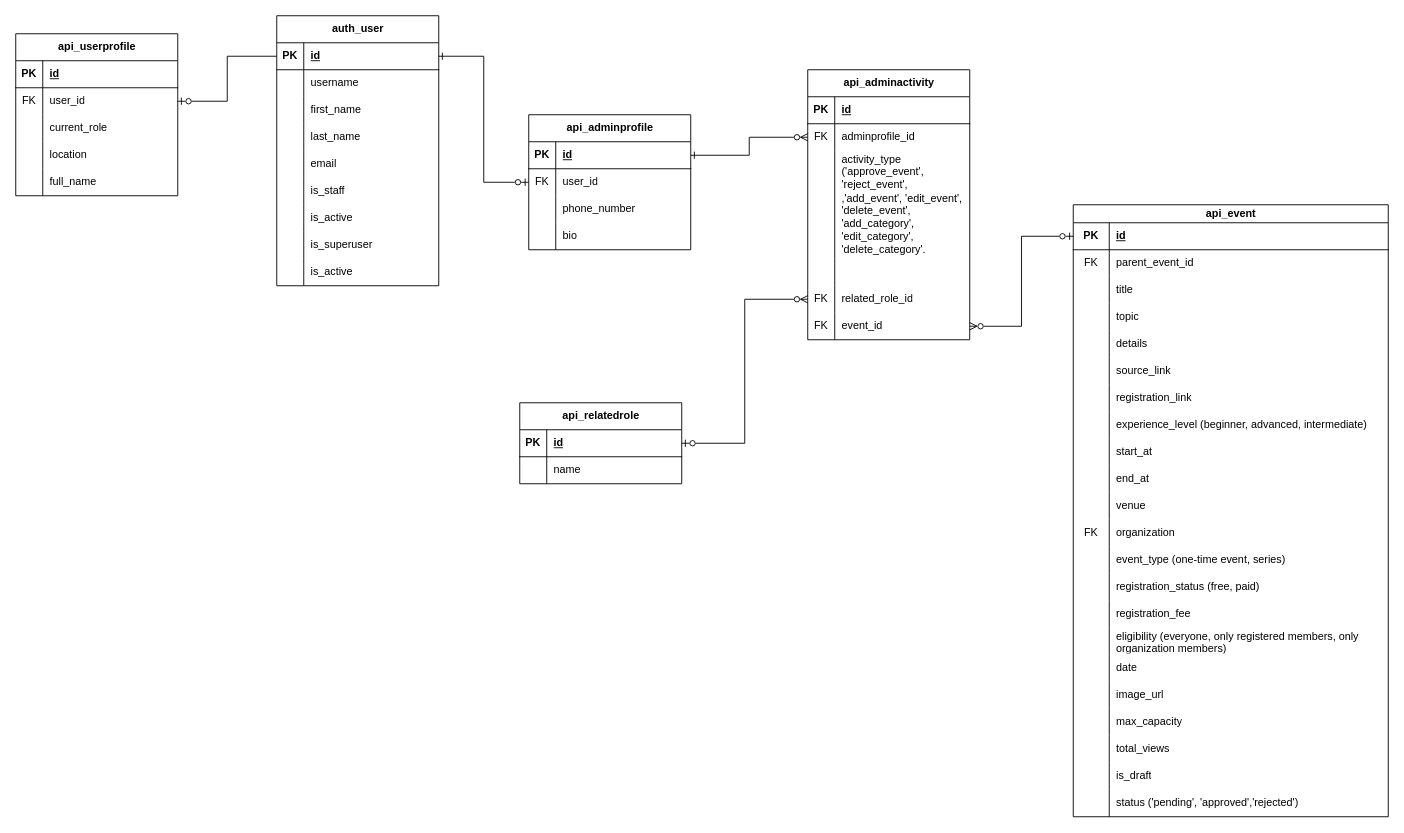
Before: page "Admin" (7 of 7) of 2Gether.drawio in RHILIUS/drawio, a draw.io diagram. Source tidied: cells renumbered, new cells numbered last; positions are measured from the earlier drawing's top-left corner, leaving out a move shared by most shapes. Both pictures are drawn from the tidied source at 90%, with x=0, y=0 at pixel (15, 15).
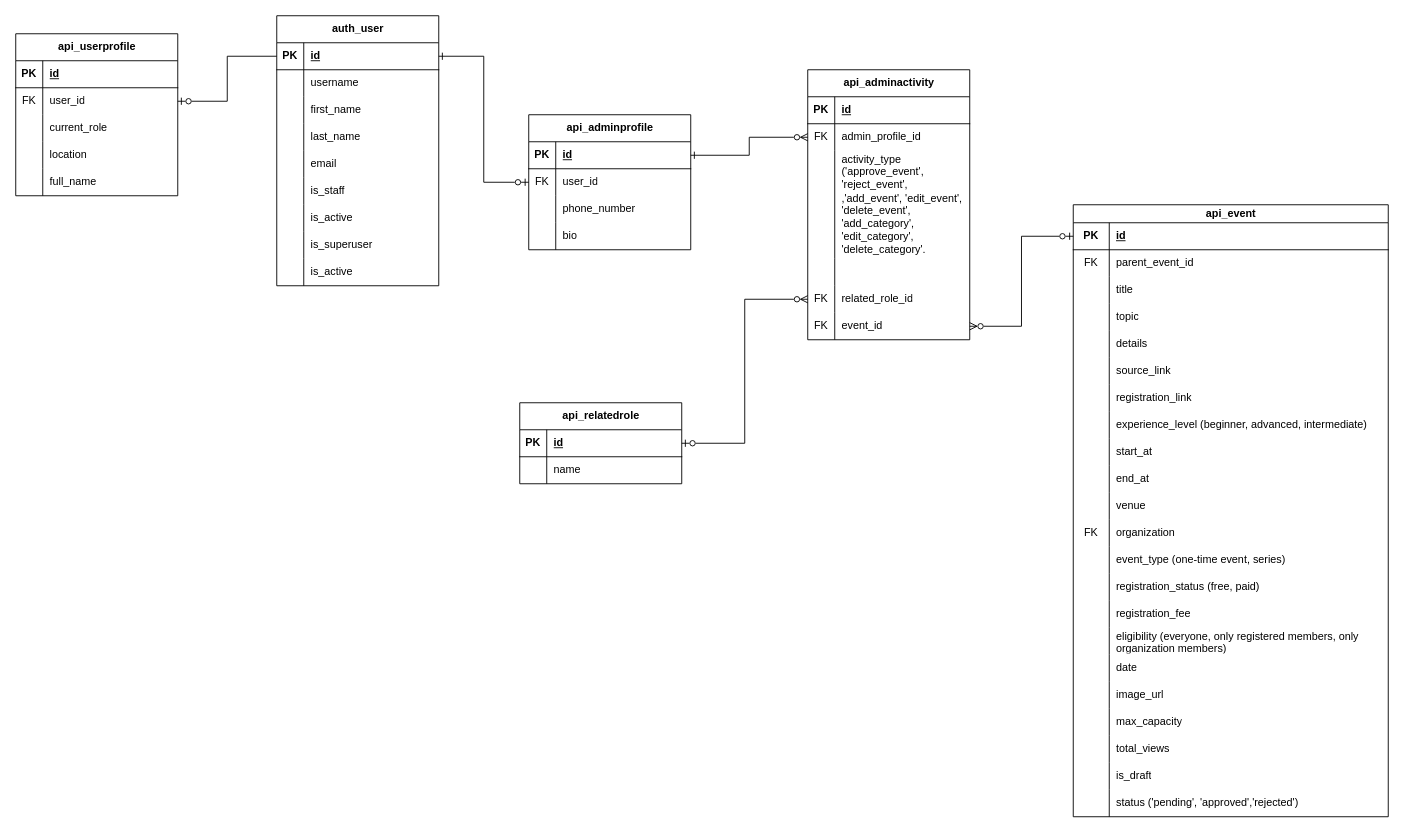
Above is the later version.

Unchanged cells that the change refers to:
```xml
<mxCell id="65" style="shape=tableRow;horizontal=0;startSize=0;swimlaneHead=0;swimlaneBody=0;fillColor=none;points=[[0,0.5],[1,0.5]];portConstraint=eastwest;top=0;left=0;right=0;bottom=0;" parent="61" vertex="1">
  <mxGeometry y="60" width="180" height="30" as="geometry" />
</mxCell>
```

The edit, as a diff of the source:
```diff
@@
-    <mxCell id="67" value="adminprofile_id" style="shape=partialRectangle;fillColor=none;top=0;left=0;bottom=0;right=0;align=left;spacingLeft=6;overflow=hidden;whiteSpace=wrap;html=1;" parent="65" vertex="1">
+    <mxCell id="67" value="admin_profile_id" style="shape=partialRectangle;fillColor=none;top=0;left=0;bottom=0;right=0;align=left;spacingLeft=6;overflow=hidden;whiteSpace=wrap;html=1;" parent="65" vertex="1">
       <mxGeometry x="30" width="150" height="30" as="geometry" />
     </mxCell>
```
